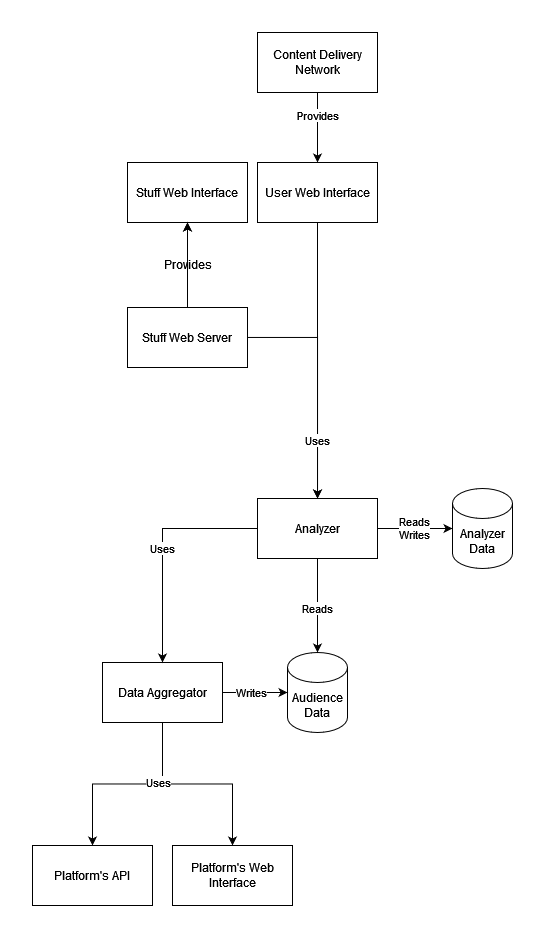
Before: assets/system-design.drawio.png, a diagram exported from draw.io (xaudience/.github). Source tidied: cells renumbered, new cells last; positions are measured from the earlier drawing's top-left corner, leaving out a move shared by most shapes.
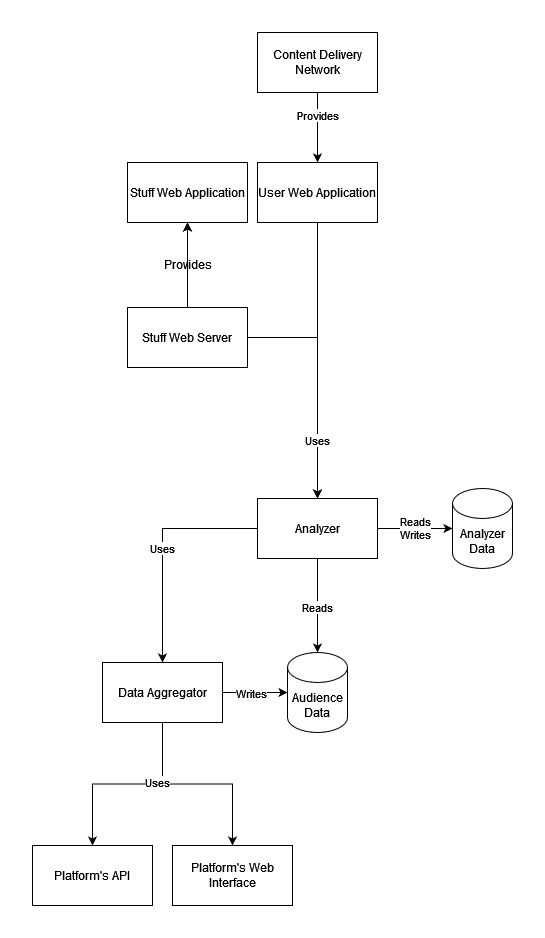
The same file after the commit.

Commit message:
Use `application` instead of `interface`

The edit, as a diff of the source:
```diff
@@ -48,10 +48,10 @@
     <mxCell id="15" style="edgeStyle=orthogonalEdgeStyle;jettySize=auto;html=1;entryX=0.5;entryY=0;entryDx=0;entryDy=0;rounded=0;" parent="1" edge="1" source="16" target="24">
       <mxGeometry relative="1" as="geometry" />
     </mxCell>
-    <mxCell id="16" value="User Web Interface" style="whiteSpace=wrap;html=1;rounded=0;" parent="1" vertex="1">
+    <mxCell id="16" value="User Web Application" style="whiteSpace=wrap;html=1;rounded=0;" parent="1" vertex="1">
       <mxGeometry x="225" y="130" width="120" height="60" as="geometry" />
     </mxCell>
-    <mxCell id="17" value="Stuff Web Interface" style="whiteSpace=wrap;html=1;rounded=0;" parent="1" vertex="1">
+    <mxCell id="17" value="Stuff Web Application" style="whiteSpace=wrap;html=1;rounded=0;" parent="1" vertex="1">
       <mxGeometry x="95" y="130" width="120" height="60" as="geometry" />
     </mxCell>
     <mxCell id="18" value="Provides" style="edgeStyle=orthogonalEdgeStyle;jettySize=auto;html=1;exitX=0.5;exitY=0;exitDx=0;exitDy=0;fontFamily=Helvetica;fontSize=12;rounded=0;" parent="1" edge="1" source="21" target="17">
```
